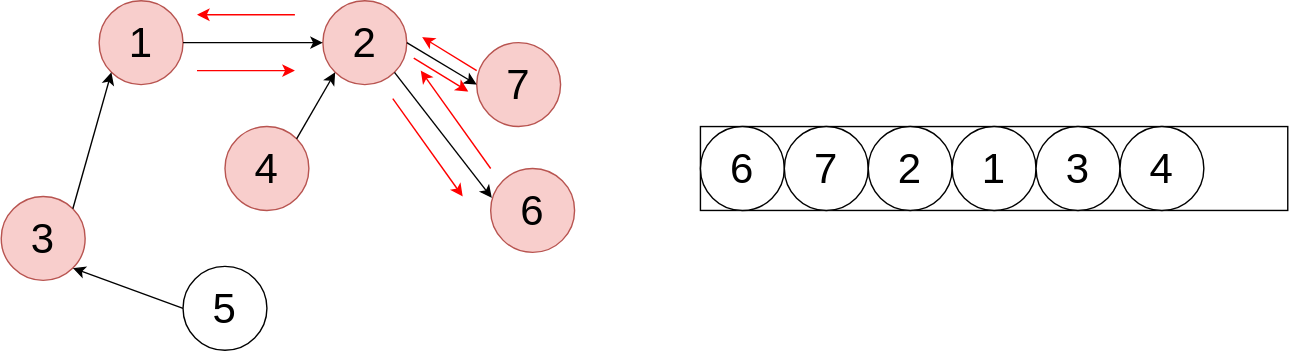
Earlier version of the draw.io export static/img/svg/Algorithm/topological-sort/topological-sort-15.drawio.svg (koseki2580/study-docs). Source tidied: cells renumbered, new cells last; positions are measured from the earlier drawing's top-left corner, leaving out a move shared by most shapes. Source of this version:
```xml
<mxGraphModel>
  <root>
    <mxCell id="0" />
    <mxCell id="1" parent="0" />
    <mxCell id="2" value="1" style="ellipse;whiteSpace=wrap;html=1;fontSize=30;fillColor=#f8cecc;strokeColor=#b85450;" parent="1" vertex="1">
      <mxGeometry x="70" width="60" height="60" as="geometry" />
    </mxCell>
    <mxCell id="3" value="2" style="ellipse;whiteSpace=wrap;html=1;fontSize=30;fillColor=#f8cecc;strokeColor=#b85450;" parent="1" vertex="1">
      <mxGeometry x="230" width="60" height="60" as="geometry" />
    </mxCell>
    <mxCell id="4" value="3" style="ellipse;whiteSpace=wrap;html=1;fontSize=30;fillColor=#f8cecc;strokeColor=#b85450;" parent="1" vertex="1">
      <mxGeometry y="140" width="60" height="60" as="geometry" />
    </mxCell>
    <mxCell id="5" value="5" style="ellipse;whiteSpace=wrap;html=1;fontSize=30;" parent="1" vertex="1">
      <mxGeometry x="130" y="190" width="60" height="60" as="geometry" />
    </mxCell>
    <mxCell id="6" value="7" style="ellipse;whiteSpace=wrap;html=1;fontSize=30;fillColor=#f8cecc;strokeColor=#b85450;" parent="1" vertex="1">
      <mxGeometry x="340" y="30" width="60" height="60" as="geometry" />
    </mxCell>
    <mxCell id="7" value="4" style="ellipse;whiteSpace=wrap;html=1;fontSize=30;fillColor=#f8cecc;strokeColor=#b85450;" parent="1" vertex="1">
      <mxGeometry x="160" y="90" width="60" height="60" as="geometry" />
    </mxCell>
    <mxCell id="8" value="6" style="ellipse;whiteSpace=wrap;html=1;fontSize=30;fillColor=#f8cecc;strokeColor=#b85450;" parent="1" vertex="1">
      <mxGeometry x="350" y="120" width="60" height="60" as="geometry" />
    </mxCell>
    <mxCell id="9" style="endArrow=classic;html=1;fontSize=30;exitX=0;exitY=0.5;exitDx=0;exitDy=0;entryX=1;entryY=1;entryDx=0;entryDy=0;" parent="1" edge="1" source="5" target="4">
      <mxGeometry relative="1" as="geometry" />
    </mxCell>
    <mxCell id="10" style="endArrow=classic;html=1;fontSize=30;exitX=1;exitY=0;exitDx=0;exitDy=0;entryX=0;entryY=1;entryDx=0;entryDy=0;" parent="1" edge="1" source="4" target="2">
      <mxGeometry relative="1" as="geometry" />
    </mxCell>
    <mxCell id="11" style="endArrow=classic;html=1;fontSize=30;exitX=1;exitY=0;exitDx=0;exitDy=0;entryX=0;entryY=1;entryDx=0;entryDy=0;" parent="1" edge="1" source="7" target="3">
      <mxGeometry relative="1" as="geometry" />
    </mxCell>
    <mxCell id="12" style="endArrow=classic;html=1;fontSize=30;exitX=1;exitY=0.5;exitDx=0;exitDy=0;entryX=0;entryY=0.5;entryDx=0;entryDy=0;" parent="1" edge="1" source="2" target="3">
      <mxGeometry relative="1" as="geometry" />
    </mxCell>
    <mxCell id="13" style="endArrow=classic;html=1;fontSize=30;exitX=1;exitY=0.5;exitDx=0;exitDy=0;entryX=0;entryY=0.5;entryDx=0;entryDy=0;" parent="1" edge="1" source="3" target="6">
      <mxGeometry relative="1" as="geometry" />
    </mxCell>
    <mxCell id="14" style="endArrow=classic;html=1;fontSize=30;exitX=1;exitY=1;exitDx=0;exitDy=0;entryX=0.014;entryY=0.35;entryDx=0;entryDy=0;entryPerimeter=0;" parent="1" edge="1" source="3" target="8">
      <mxGeometry relative="1" as="geometry" />
    </mxCell>
    <mxCell id="15" style="endArrow=classic;html=1;strokeColor=#FF0000;" parent="1" edge="1">
      <mxGeometry relative="1" as="geometry">
        <mxPoint x="140" y="50" as="sourcePoint" />
        <mxPoint x="210" y="50" as="targetPoint" />
      </mxGeometry>
    </mxCell>
    <mxCell id="16" style="endArrow=classic;html=1;strokeColor=#FF0000;" parent="1" edge="1">
      <mxGeometry relative="1" as="geometry">
        <mxPoint x="280" y="70" as="sourcePoint" />
        <mxPoint x="330" y="140" as="targetPoint" />
      </mxGeometry>
    </mxCell>
    <mxCell id="17" style="endArrow=classic;html=1;strokeColor=#FF0000;" parent="1" edge="1">
      <mxGeometry relative="1" as="geometry">
        <mxPoint x="350" y="120" as="sourcePoint" />
        <mxPoint x="300" y="50" as="targetPoint" />
      </mxGeometry>
    </mxCell>
    <mxCell id="18" style="rounded=0;whiteSpace=wrap;html=1;strokeColor=default;fillColor=default;" parent="1" vertex="1">
      <mxGeometry x="500" y="90" width="420" height="60" as="geometry" />
    </mxCell>
    <mxCell id="19" value="6" style="ellipse;whiteSpace=wrap;html=1;fontSize=30;" parent="1" vertex="1">
      <mxGeometry x="500" y="90" width="60" height="60" as="geometry" />
    </mxCell>
    <mxCell id="20" style="endArrow=classic;html=1;strokeColor=#FF0000;" parent="1" edge="1">
      <mxGeometry relative="1" as="geometry">
        <mxPoint x="295" y="41" as="sourcePoint" />
        <mxPoint x="334" y="65" as="targetPoint" />
      </mxGeometry>
    </mxCell>
    <mxCell id="21" style="endArrow=classic;html=1;strokeColor=#FF0000;" parent="1" edge="1">
      <mxGeometry relative="1" as="geometry">
        <mxPoint x="340" y="50" as="sourcePoint" />
        <mxPoint x="301" y="26" as="targetPoint" />
      </mxGeometry>
    </mxCell>
    <mxCell id="22" value="7" style="ellipse;whiteSpace=wrap;html=1;fontSize=30;" parent="1" vertex="1">
      <mxGeometry x="560" y="90" width="60" height="60" as="geometry" />
    </mxCell>
    <mxCell id="23" style="endArrow=classic;html=1;strokeColor=#FF0000;" parent="1" edge="1">
      <mxGeometry relative="1" as="geometry">
        <mxPoint x="210" y="10" as="sourcePoint" />
        <mxPoint x="140" y="10" as="targetPoint" />
      </mxGeometry>
    </mxCell>
    <mxCell id="24" value="2" style="ellipse;whiteSpace=wrap;html=1;fontSize=30;" parent="1" vertex="1">
      <mxGeometry x="620" y="90" width="60" height="60" as="geometry" />
    </mxCell>
    <mxCell id="25" value="1" style="ellipse;whiteSpace=wrap;html=1;fontSize=30;" parent="1" vertex="1">
      <mxGeometry x="680" y="90" width="60" height="60" as="geometry" />
    </mxCell>
    <mxCell id="26" value="3" style="ellipse;whiteSpace=wrap;html=1;fontSize=30;" parent="1" vertex="1">
      <mxGeometry x="740" y="90" width="60" height="60" as="geometry" />
    </mxCell>
    <mxCell id="27" value="4" style="ellipse;whiteSpace=wrap;html=1;fontSize=30;" parent="1" vertex="1">
      <mxGeometry x="800" y="90" width="60" height="60" as="geometry" />
    </mxCell>
  </root>
</mxGraphModel>
```
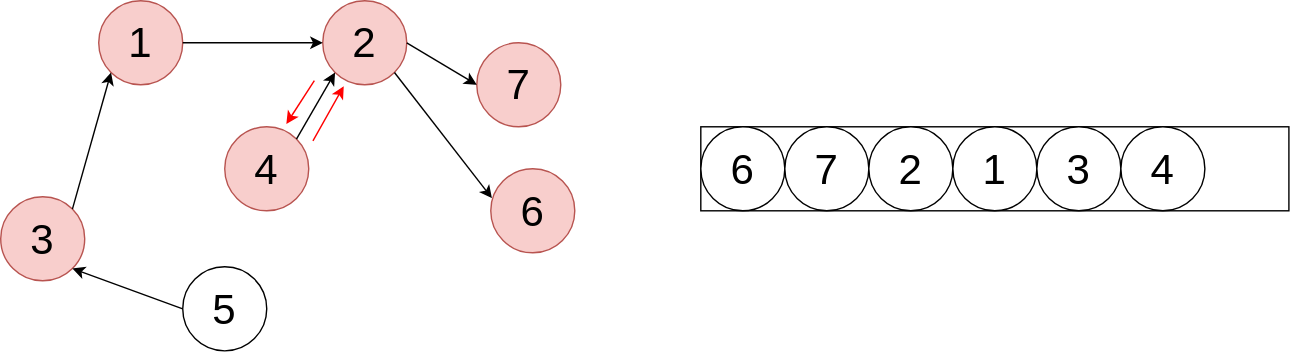
After the change.

What changed in the source:
```diff
@@ -43,47 +43,23 @@
     </mxCell>
     <mxCell id="15" style="endArrow=classic;html=1;strokeColor=#FF0000;" parent="1" edge="1">
       <mxGeometry relative="1" as="geometry">
-        <mxPoint x="140" y="50" as="sourcePoint" />
-        <mxPoint x="210" y="50" as="targetPoint" />
+        <mxPoint x="223" y="100" as="sourcePoint" />
+        <mxPoint x="245" y="61" as="targetPoint" />
       </mxGeometry>
     </mxCell>
-    <mxCell id="16" style="endArrow=classic;html=1;strokeColor=#FF0000;" parent="1" edge="1">
-      <mxGeometry relative="1" as="geometry">
-        <mxPoint x="280" y="70" as="sourcePoint" />
-        <mxPoint x="330" y="140" as="targetPoint" />
-      </mxGeometry>
-    </mxCell>
-    <mxCell id="17" style="endArrow=classic;html=1;strokeColor=#FF0000;" parent="1" edge="1">
-      <mxGeometry relative="1" as="geometry">
-        <mxPoint x="350" y="120" as="sourcePoint" />
-        <mxPoint x="300" y="50" as="targetPoint" />
-      </mxGeometry>
-    </mxCell>
     <mxCell id="18" style="rounded=0;whiteSpace=wrap;html=1;strokeColor=default;fillColor=default;" parent="1" vertex="1">
       <mxGeometry x="500" y="90" width="420" height="60" as="geometry" />
     </mxCell>
     <mxCell id="19" value="6" style="ellipse;whiteSpace=wrap;html=1;fontSize=30;" parent="1" vertex="1">
       <mxGeometry x="500" y="90" width="60" height="60" as="geometry" />
     </mxCell>
-    <mxCell id="20" style="endArrow=classic;html=1;strokeColor=#FF0000;" parent="1" edge="1">
-      <mxGeometry relative="1" as="geometry">
-        <mxPoint x="295" y="41" as="sourcePoint" />
-        <mxPoint x="334" y="65" as="targetPoint" />
-      </mxGeometry>
-    </mxCell>
-    <mxCell id="21" style="endArrow=classic;html=1;strokeColor=#FF0000;" parent="1" edge="1">
-      <mxGeometry relative="1" as="geometry">
-        <mxPoint x="340" y="50" as="sourcePoint" />
-        <mxPoint x="301" y="26" as="targetPoint" />
-      </mxGeometry>
-    </mxCell>
     <mxCell id="22" value="7" style="ellipse;whiteSpace=wrap;html=1;fontSize=30;" parent="1" vertex="1">
       <mxGeometry x="560" y="90" width="60" height="60" as="geometry" />
     </mxCell>
     <mxCell id="23" style="endArrow=classic;html=1;strokeColor=#FF0000;" parent="1" edge="1">
       <mxGeometry relative="1" as="geometry">
-        <mxPoint x="210" y="10" as="sourcePoint" />
-        <mxPoint x="140" y="10" as="targetPoint" />
+        <mxPoint x="224" y="57" as="sourcePoint" />
+        <mxPoint x="204" y="88" as="targetPoint" />
       </mxGeometry>
     </mxCell>
     <mxCell id="24" value="2" style="ellipse;whiteSpace=wrap;html=1;fontSize=30;" parent="1" vertex="1">
```
